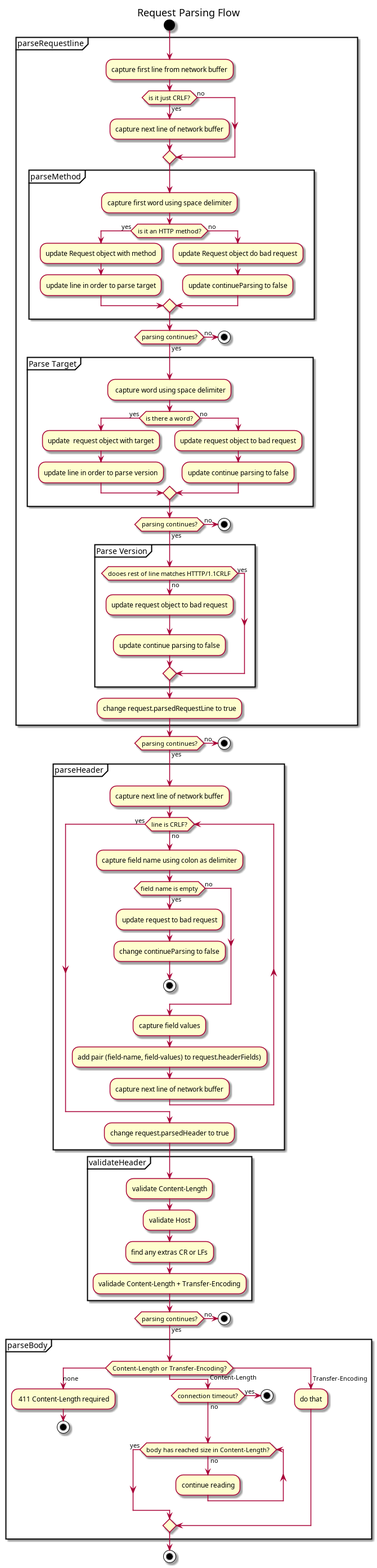
thaisnishimoto/42sp_Webserv keeps this PlantUML diagram as docs/parseRequest.png. Above is the earlier version. Its source is kept beside it as docs/parseRequest.puml.
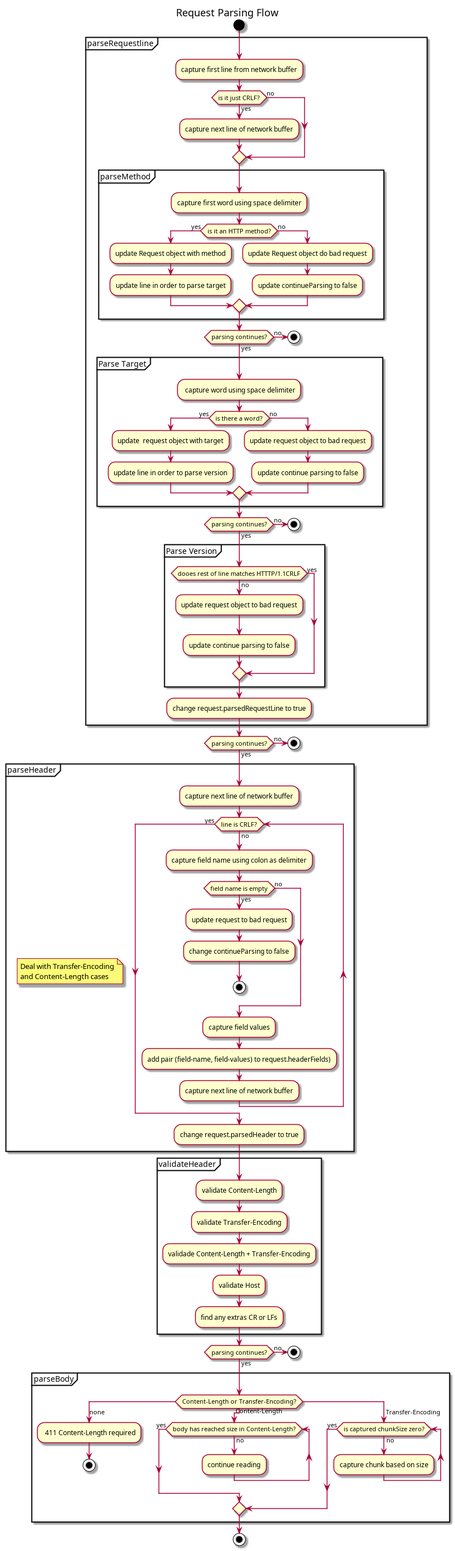
Above is the later version.

Diff of the diagram source:
```diff
@@ -50,6 +50,10 @@
 			stop;
 		else (yes)
 	group parseHeader
+		note
+			Deal with Transfer-Encoding
+			and Content-Length cases
+		end note
 		:capture next line of network buffer;
 		while (line is CRLF?) is (no)
 			:capture field name using colon as delimiter;
@@ -67,9 +71,10 @@
 	end group
 	group validateHeader
 		:validate Content-Length;
+		:validate Transfer-Encoding;
+		:validade Content-Length + Transfer-Encoding;
 		:validate Host;
 		:find any extras CR or LFs;
-		:validade Content-Length + Transfer-Encoding;
 	end group
 		if (parsing continues?) then (no)
 			stop
@@ -81,15 +86,13 @@
 			: 411 Content-Length required;
 			stop;
 			case ( Content-Length )
-			if (connection timeout?) then (yes)
-				stop
-			else (no)
-			endif
 			while (body has reached size in Content-Length?) is (no)
 				:continue reading;
 			endwhile (yes)
 			case ( Transfer-Encoding )
-				:do that;
+			while (is captured chunkSize zero?) is (no)
+				:capture chunk based on size;
+			endwhile (yes)
 		endswitch
 	end group
 stop
```
